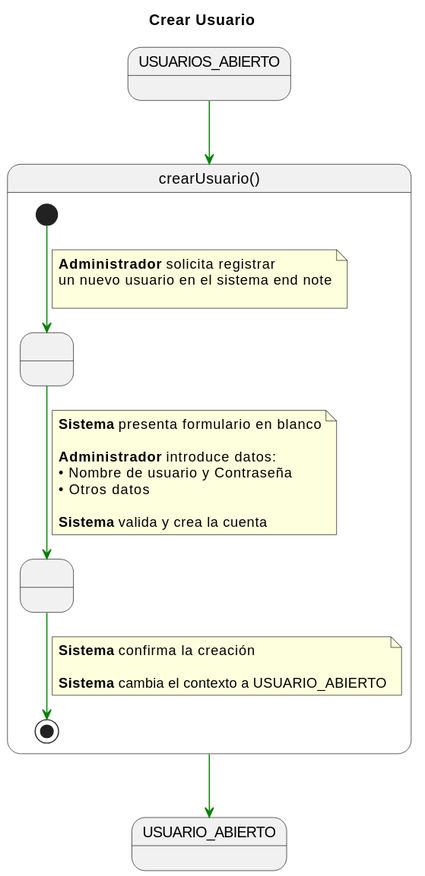
The PlantUML diagram documents/CasosDeUso/DetalladoCasosDeUso/Administrador/crearUsuario.svg in enmabry/25-26-IdSw1-SdR, before a commit.
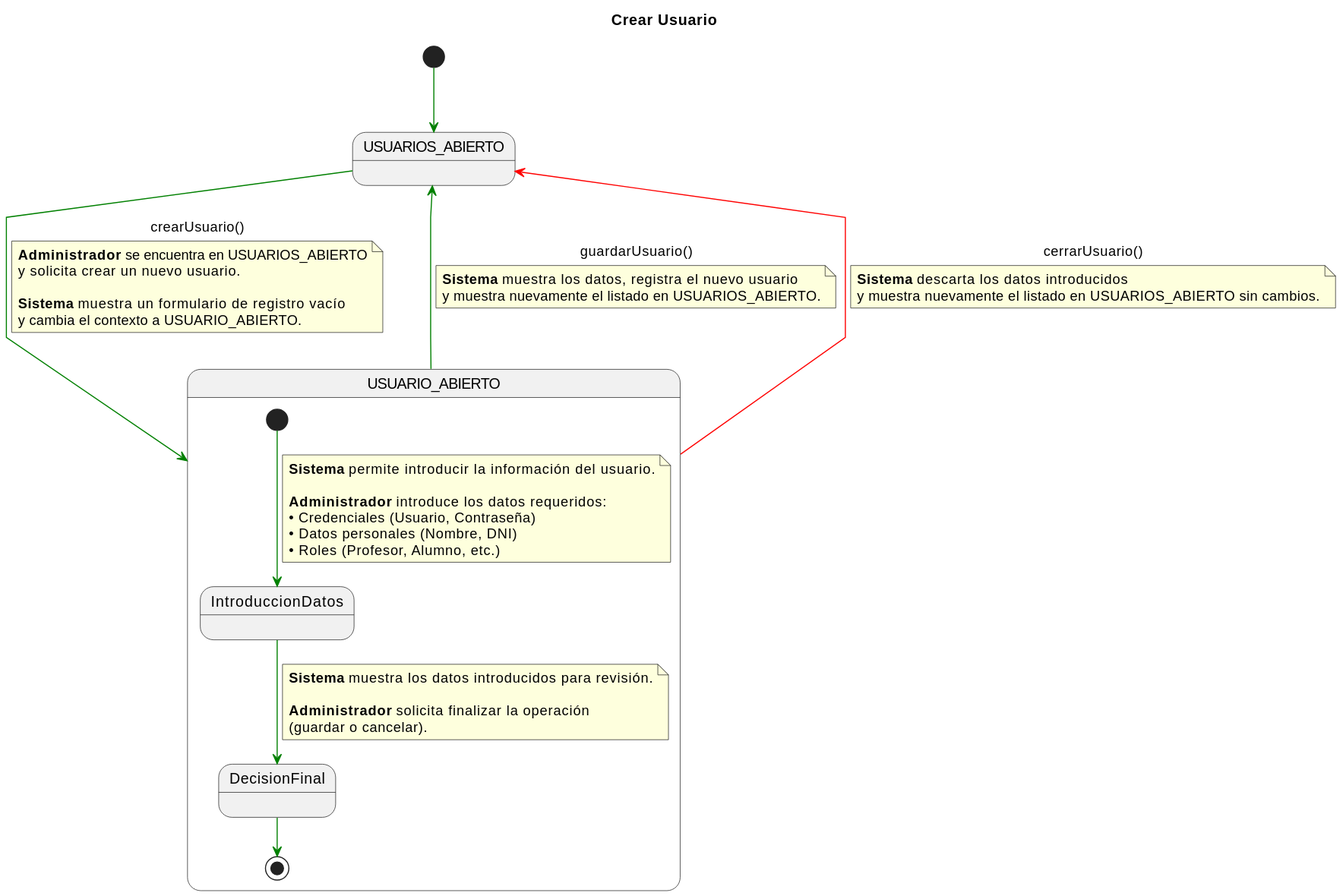
After the commit.

What changed in the source:
```diff
@@ -2,42 +2,55 @@
 title Crear Usuario
 skinparam linetype polyline
 
-state USUARIOS_ABIERTO_INICIAL as "USUARIOS_ABIERTO"
-state USUARIO_ABIERTO_FINAL as "USUARIO_ABIERTO"
+state USUARIOS_ABIERTO_INICIAL  as "USUARIOS_ABIERTO"
+state USUARIO_ABIERTO_COMP      as "USUARIO_ABIERTO"
 
-USUARIOS_ABIERTO_INICIAL -[#green]-> crearUsuario
+[*] -[#green]-> USUARIOS_ABIERTO_INICIAL
 
-state crearUsuario as "crearUsuario()" {
+USUARIOS_ABIERTO_INICIAL -[#green]-> USUARIO_ABIERTO_COMP : crearUsuario()
+note on link
+<b>Administrador</b> se encuentra en USUARIOS_ABIERTO
+y solicita crear un nuevo usuario.
 
-    state " " as FormularioDatos
-    state " " as UsuarioRegistrado
+<b>Sistema</b> muestra un formulario de registro vacío
+y cambia el contexto a USUARIO_ABIERTO.
+end note
 
-    [*] -[#green]-> FormularioDatos
+state USUARIO_ABIERTO_COMP as "USUARIO_ABIERTO" {
+
+    state IntroduccionDatos
+    state DecisionFinal
+
+    [*] -[#green]-> IntroduccionDatos
     note on link
-    <b>Administrador</b> solicita registrar
-    un nuevo usuario en el sistema end note
+    <b>Sistema</b> permite introducir la información del usuario.
 
+    <b>Administrador</b> introduce los datos requeridos:
+    • Credenciales (Usuario, Contraseña)
+    • Datos personales (Nombre, DNI)
+    • Roles (Profesor, Alumno, etc.)
     end note
 
-    FormularioDatos -[#green]-> UsuarioRegistrado
+    IntroduccionDatos -[#green]-> DecisionFinal
     note on link
-    <b>Sistema</b> presenta formulario en blanco
+    <b>Sistema</b> muestra los datos introducidos para revisión.
 
-    <b>Administrador</b> introduce datos:
-    • Nombre de usuario y Contraseña
-    • Otros datos
-
-    <b>Sistema</b> valida y crea la cuenta
+    <b>Administrador</b> solicita finalizar la operación
+    (guardar o cancelar).
     end note
 
-    UsuarioRegistrado -[#green]-> [*]
-    note on link
-    <b>Sistema</b> confirma la creación
-
-    <b>Sistema</b> cambia el contexto a USUARIO_ABIERTO
-    end note
-
+    DecisionFinal -[#green]-> [*]
 }
 
-crearUsuario -[#green]-> USUARIO_ABIERTO_FINAL
+USUARIO_ABIERTO_COMP -[#green]-> USUARIOS_ABIERTO_INICIAL : guardarUsuario()
+note on link
+<b>Sistema</b> muestra los datos, registra el nuevo usuario
+y muestra nuevamente el listado en USUARIOS_ABIERTO.
+end note
+
+USUARIO_ABIERTO_COMP -[#red]-> USUARIOS_ABIERTO_INICIAL : cerrarUsuario()
+note on link
+<b>Sistema</b> descarta los datos introducidos
+y muestra nuevamente el listado en USUARIOS_ABIERTO sin cambios.
+end note
 @enduml
```
